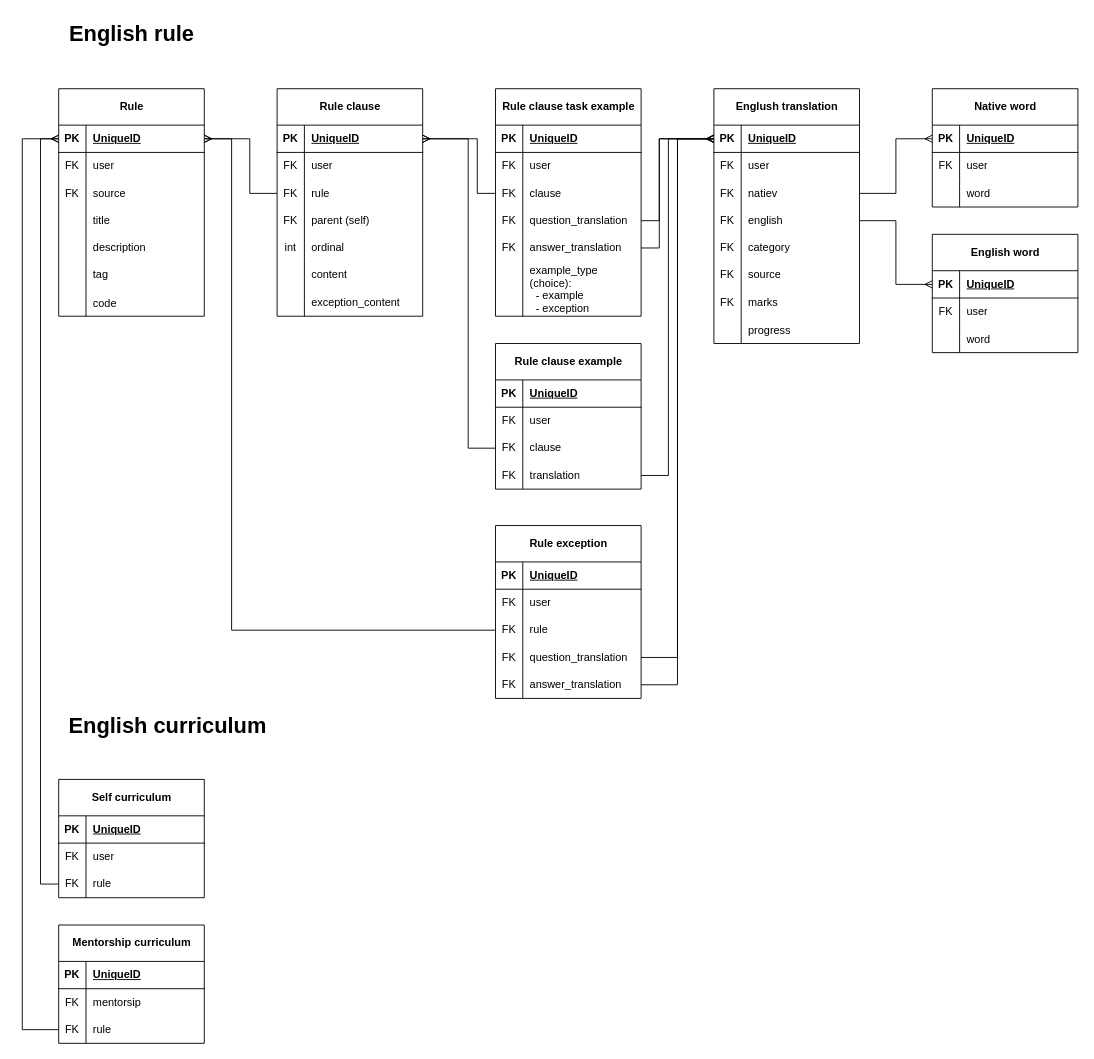
Above: apps/lang/models/curriculum.drawio in svmikurov/wselfedu (draw.io), before the change. Source tidied: cells renumbered, new cells numbered last; positions are measured from the earlier drawing's top-left corner, leaving out a move shared by most shapes. Both pictures are drawn from the tidied source at 91%, with x=0, y=0 at pixel (22, 15).
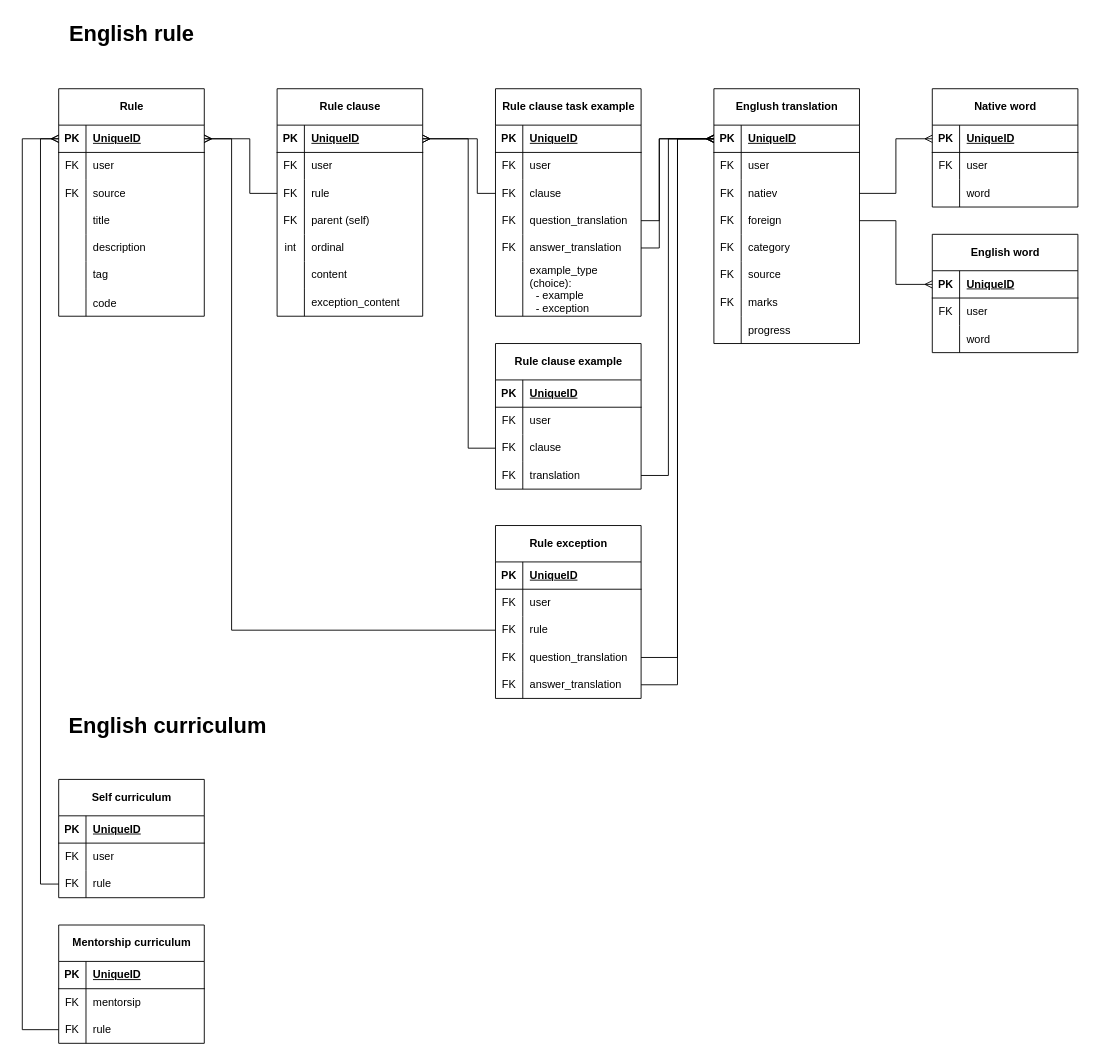
The same page after the edit.

Commit message (it also covers changes not shown here):
docs(lang/models): Update model's graphs

Unchanged cells that the change refers to:
```xml
<mxCell id="33" style="shape=tableRow;horizontal=0;startSize=0;swimlaneHead=0;swimlaneBody=0;fillColor=none;points=[[0,0.5],[1,0.5]];portConstraint=eastwest;top=0;left=0;right=0;bottom=0;" parent="23" vertex="1">
  <mxGeometry y="130" width="160" height="30" as="geometry" />
</mxCell>
```

Diff of the diagram source:
```diff
@@
-    <mxCell id="35" value="english" style="shape=partialRectangle;fillColor=none;top=0;left=0;bottom=0;right=0;align=left;spacingLeft=6;fontStyle=0;overflow=hidden;whiteSpace=wrap;html=1;" parent="33" vertex="1">
+    <mxCell id="35" value="foreign" style="shape=partialRectangle;fillColor=none;top=0;left=0;bottom=0;right=0;align=left;spacingLeft=6;fontStyle=0;overflow=hidden;whiteSpace=wrap;html=1;" parent="33" vertex="1">
       <mxGeometry x="30" width="130" height="30" as="geometry" />
     </mxCell>
```
